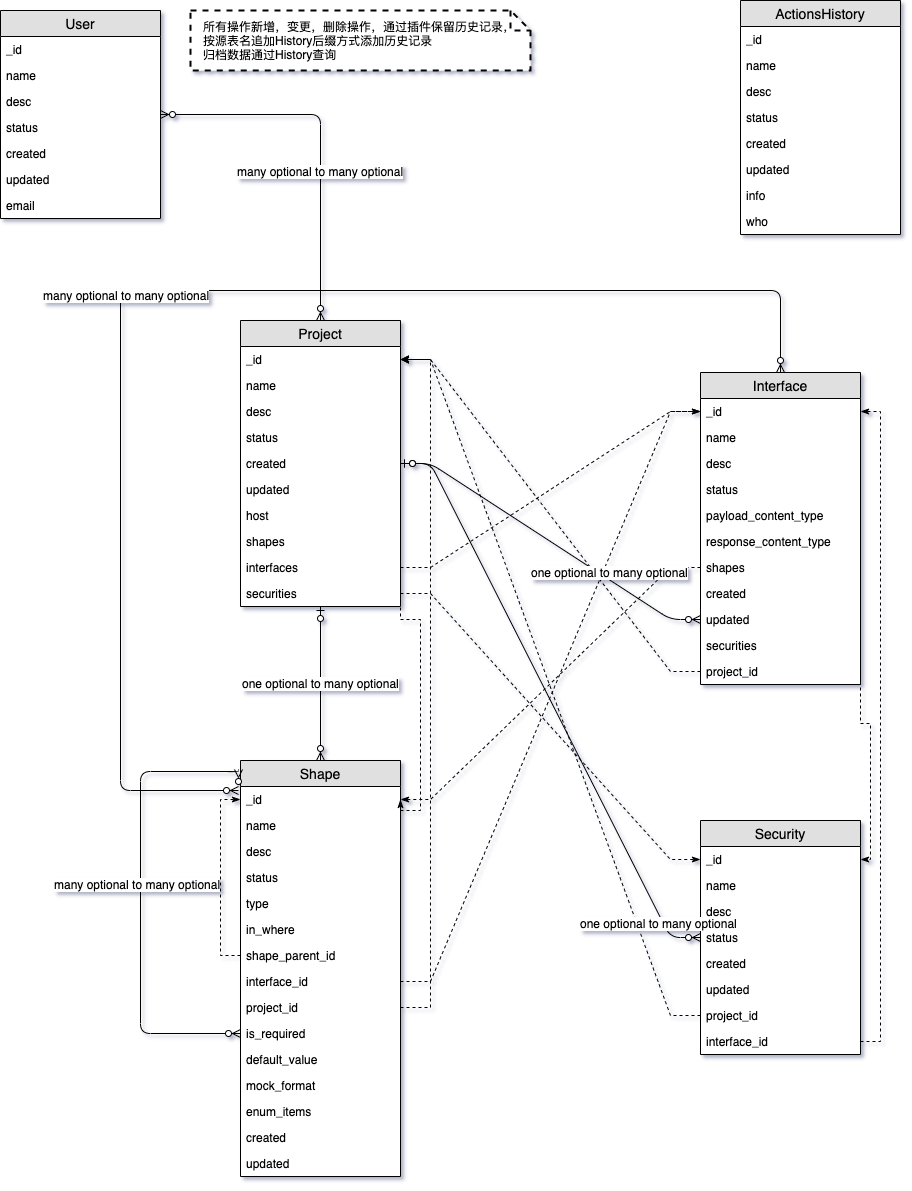
Above: apiplatform/apischema.png in 0851/draw (draw.io), before the change. Source tidied: cells renumbered, new cells last; positions are measured from the earlier drawing's top-left corner, leaving out a move shared by most shapes.
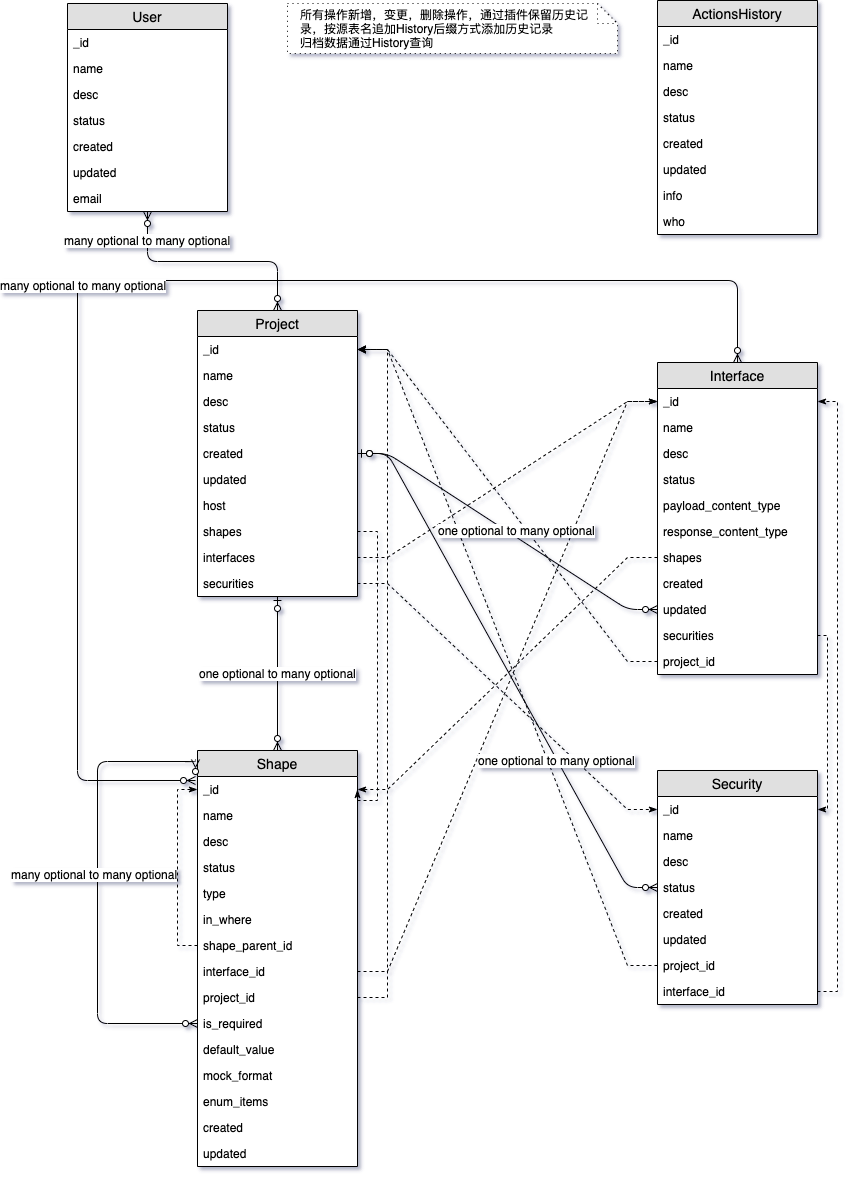
The same file after the commit.

Change to the diagram source:
```diff
@@ -6,7 +6,7 @@
       <mxGeometry relative="1" as="geometry" />
     </mxCell>
     <mxCell id="3" value="ActionsHistory" style="swimlane;fontStyle=0;horizontal=1;startSize=26;fillColor=#e0e0e0;swimlaneFillColor=#ffffff;align=center;fontSize=14;" parent="1" vertex="1">
-      <mxGeometry x="740" width="160" height="234" as="geometry" />
+      <mxGeometry x="700" y="10" width="160" height="234" as="geometry" />
     </mxCell>
     <mxCell id="4" value="_id" style="text;strokeColor=none;fillColor=none;spacingLeft=4;spacingRight=4;overflow=hidden;fontSize=12;" parent="3" vertex="1">
       <mxGeometry y="26" width="160" height="26" as="geometry" />
@@ -165,7 +165,7 @@
       <mxGeometry y="260" width="160" height="26" as="geometry" />
     </mxCell>
     <mxCell id="54" value="Security" style="swimlane;fontStyle=0;horizontal=1;startSize=26;fillColor=#e0e0e0;swimlaneFillColor=#ffffff;align=center;fontSize=14;" parent="1" vertex="1">
-      <mxGeometry x="700" y="820" width="160" height="234" as="geometry" />
+      <mxGeometry x="700" y="780" width="160" height="234" as="geometry" />
     </mxCell>
     <mxCell id="55" value="_id" style="text;strokeColor=none;fillColor=none;spacingLeft=4;spacingRight=4;overflow=hidden;points=[[0,0.5],[1,0.5]];portConstraint=eastwest;fontSize=12;" parent="54" vertex="1">
       <mxGeometry y="26" width="160" height="26" as="geometry" />
@@ -192,7 +192,7 @@
       <mxGeometry y="208" width="160" height="26" as="geometry" />
     </mxCell>
     <mxCell id="63" value="User" style="swimlane;fontStyle=0;horizontal=1;startSize=26;fillColor=#e0e0e0;swimlaneFillColor=#ffffff;align=center;fontSize=14;" parent="1" vertex="1">
-      <mxGeometry y="10" width="160" height="208" as="geometry" />
+      <mxGeometry x="110" y="13" width="160" height="208" as="geometry" />
     </mxCell>
     <mxCell id="64" value="_id" style="text;strokeColor=none;fillColor=none;spacingLeft=4;spacingRight=4;overflow=hidden;fontSize=12;" parent="63" vertex="1">
       <mxGeometry y="26" width="160" height="26" as="geometry" />
@@ -225,9 +225,7 @@
       <mxGeometry x="-0.77" y="63" relative="1" as="geometry" />
     </mxCell>
     <mxCell id="74" value="many optional to many optional" style="fontSize=12;html=1;endArrow=ERzeroToMany;startArrow=ERzeroToMany;endFill=1;entryX=0.5;entryY=0;entryDx=0;entryDy=0;edgeStyle=orthogonalEdgeStyle;" parent="1" edge="1" source="63" target="43">
-      <mxGeometry x="-0.07" y="-46" relative="1" as="geometry">
-        <mxPoint x="46" y="46" as="offset" />
-      </mxGeometry>
+      <mxGeometry x="-0.75" relative="1" as="geometry" />
     </mxCell>
     <mxCell id="75" style="edgeStyle=entityRelationEdgeStyle;rounded=0;jettySize=auto;html=1;endArrow=classicThin;endFill=1;dashed=1;" parent="1" edge="1" source="36" target="44">
       <mxGeometry relative="1" as="geometry" />
@@ -235,7 +233,7 @@
     <mxCell id="76" style="edgeStyle=orthogonalEdgeStyle;rounded=0;jettySize=auto;html=1;exitX=1;exitY=0.5;exitDx=0;exitDy=0;entryX=1;entryY=0.5;entryDx=0;entryDy=0;endArrow=classicThin;endFill=1;dashed=1;" parent="1" edge="1" source="51" target="25">
       <mxGeometry relative="1" as="geometry">
         <Array as="points">
-          <mxPoint x="420" y="619" />
+          <mxPoint x="420" y="541" />
           <mxPoint x="420" y="810" />
           <mxPoint x="400" y="810" />
         </Array>
@@ -250,8 +248,8 @@
     <mxCell id="79" style="edgeStyle=orthogonalEdgeStyle;rounded=0;jettySize=auto;html=1;exitX=1;exitY=0.5;exitDx=0;exitDy=0;endArrow=classicThin;endFill=1;dashed=1;" parent="1" edge="1" source="22" target="55">
       <mxGeometry relative="1" as="geometry">
         <Array as="points">
-          <mxPoint x="870" y="723" />
-          <mxPoint x="870" y="859" />
+          <mxPoint x="870" y="645" />
+          <mxPoint x="870" y="819" />
         </Array>
       </mxGeometry>
     </mxCell>
@@ -259,12 +257,12 @@
       <mxGeometry relative="1" as="geometry" />
     </mxCell>
     <mxCell id="81" value="one optional to many optional" style="edgeStyle=entityRelationEdgeStyle;fontSize=12;html=1;endArrow=ERzeroToMany;startArrow=ERzeroToOne;exitX=1;exitY=0.5;exitDx=0;exitDy=0;" parent="1" edge="1" target="54">
-      <mxGeometry x="0.84" y="-4" relative="1" as="geometry">
+      <mxGeometry x="0.37" relative="1" as="geometry">
         <mxPoint x="400" y="463" as="sourcePoint" />
       </mxGeometry>
     </mxCell>
     <mxCell id="82" value="one optional to many optional" style="edgeStyle=entityRelationEdgeStyle;fontSize=12;html=1;endArrow=ERzeroToMany;startArrow=ERzeroToOne;entryX=0;entryY=0.5;entryDx=0;entryDy=0;" parent="1" edge="1" source="43">
-      <mxGeometry x="0.39" y="6" relative="1" as="geometry">
+      <mxGeometry x="0.05" y="6" relative="1" as="geometry">
         <mxPoint x="700" y="619" as="targetPoint" />
       </mxGeometry>
     </mxCell>
@@ -284,8 +282,8 @@
     <mxCell id="85" style="edgeStyle=orthogonalEdgeStyle;rounded=0;jettySize=auto;html=1;exitX=1;exitY=0.5;exitDx=0;exitDy=0;entryX=1;entryY=0.5;entryDx=0;entryDy=0;endArrow=classicThin;endFill=1;dashed=1;" parent="1" edge="1" source="62" target="13">
       <mxGeometry relative="1" as="geometry" />
     </mxCell>
-    <mxCell id="86" value="所有操作新增，变更，删除操作，通过插件保留历史记录，按源表名追加History后缀方式添加历史记录&lt;br&gt;归档数据通过History查询" style="shape=note;strokeWidth=2;fontSize=12;size=20;whiteSpace=wrap;html=1;dashed=1;align=left;spacingLeft=10;spacingRight=10;labelBorderColor=none;" parent="1" vertex="1">
-      <mxGeometry x="190" y="10" width="340" height="60" as="geometry" />
+    <mxCell id="86" value="&lt;font style=&quot;font-size: 11px&quot;&gt;所有操作新增，变更，删除操作，通过插件保留历史记录，按源表名追加History后缀方式添加历史记录&lt;br style=&quot;font-size: 11px&quot;&gt;归档数据通过History查询&lt;/font&gt;" style="shape=note;strokeWidth=1;fontSize=9;size=20;whiteSpace=wrap;html=1;dashed=1;align=left;spacingLeft=10;spacingRight=10;labelBorderColor=none;horizontal=1;dashPattern=1 4;" parent="1" vertex="1">
+      <mxGeometry x="330" y="13" width="330" height="50" as="geometry" />
     </mxCell>
   </root>
 </mxGraphModel>
```
